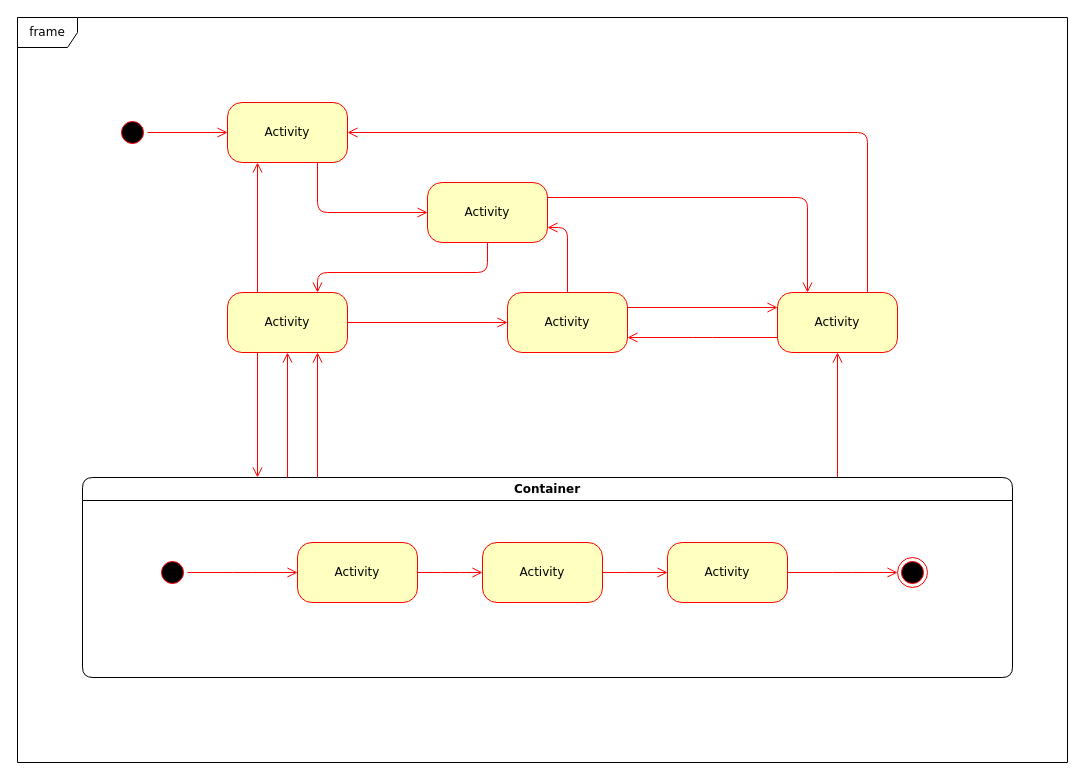
Before: extra_assets/fsm_authentication.drawio in LivingWithHippos/unchained-android, a draw.io diagram. Source tidied: cells renumbered, new cells numbered last; positions are measured from the earlier drawing's top-left corner, leaving out a move shared by most shapes. Both pictures are drawn from the tidied source at 100%, with x=0, y=0 at pixel (17, 17).
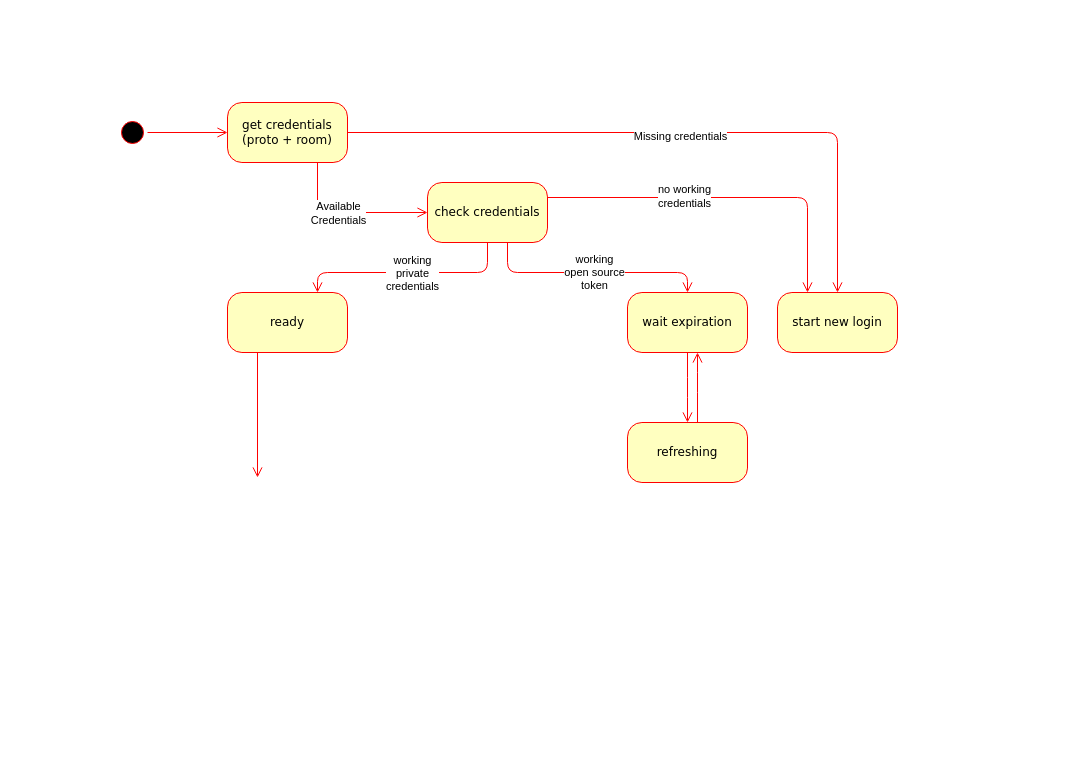
Above is the later version.

Diff of the diagram source:
```diff
@@
-    <mxCell id="3" value="Activity" style="rounded=1;whiteSpace=wrap;html=1;arcSize=24;fillColor=#ffffc0;strokeColor=#ff0000;shadow=0;comic=0;labelBackgroundColor=none;fontFamily=Verdana;fontSize=12;fontColor=#000000;align=center;" parent="1" vertex="1">
+    <mxCell id="3" value="ready" style="rounded=1;whiteSpace=wrap;html=1;arcSize=24;fillColor=#ffffc0;strokeColor=#ff0000;shadow=0;comic=0;labelBackgroundColor=none;fontFamily=Verdana;fontSize=12;fontColor=#000000;align=center;" parent="1" vertex="1">
       <mxGeometry x="210" y="275" width="120" height="60" as="geometry" />
     </mxCell>
-    <mxCell id="4" value="Activity" style="rounded=1;whiteSpace=wrap;html=1;arcSize=24;fillColor=#ffffc0;strokeColor=#ff0000;shadow=0;comic=0;labelBackgroundColor=none;fontFamily=Verdana;fontSize=12;fontColor=#000000;align=center;" parent="1" vertex="1">
+    <mxCell id="4" value="get credentials (proto + room)" style="rounded=1;whiteSpace=wrap;html=1;arcSize=24;fillColor=#ffffc0;strokeColor=#ff0000;shadow=0;comic=0;labelBackgroundColor=none;fontFamily=Verdana;fontSize=12;fontColor=#000000;align=center;" parent="1" vertex="1">
       <mxGeometry x="210" y="85" width="120" height="60" as="geometry" />
     </mxCell>
@@
-    <mxCell id="6" value="Activity" style="rounded=1;whiteSpace=wrap;html=1;arcSize=24;fillColor=#ffffc0;strokeColor=#ff0000;shadow=0;comic=0;labelBackgroundColor=none;fontFamily=Verdana;fontSize=12;fontColor=#000000;align=center;" parent="1" vertex="1">
+    <mxCell id="6" value="check credentials" style="rounded=1;whiteSpace=wrap;html=1;arcSize=24;fillColor=#ffffc0;strokeColor=#ff0000;shadow=0;comic=0;labelBackgroundColor=none;fontFamily=Verdana;fontSize=12;fontColor=#000000;align=center;" parent="1" vertex="1">
       <mxGeometry x="410" y="165" width="120" height="60" as="geometry" />
     </mxCell>
-    <mxCell id="7" style="edgeStyle=orthogonalEdgeStyle;html=1;exitX=0.75;exitY=0;entryX=1;entryY=0.5;labelBackgroundColor=none;endArrow=open;endSize=8;strokeColor=#ff0000;fontFamily=Verdana;fontSize=12;align=left;" parent="1" edge="1" source="9" target="4">
+    <mxCell id="7" style="edgeStyle=orthogonalEdgeStyle;html=1;exitX=1;exitY=0.5;labelBackgroundColor=none;endArrow=open;endSize=8;strokeColor=#ff0000;fontFamily=Verdana;fontSize=12;align=left;exitDx=0;exitDy=0;entryX=0.5;entryY=0;entryDx=0;entryDy=0;" parent="1" edge="1" source="4" target="9">
       <mxGeometry relative="1" as="geometry">
         <Array as="points">
-          <mxPoint x="850" y="115" />
+          <mxPoint x="820" y="115" />
         </Array>
       </mxGeometry>
     </mxCell>
-    <mxCell id="8" style="edgeStyle=elbowEdgeStyle;html=1;exitX=0;exitY=0.75;entryX=1;entryY=0.75;labelBackgroundColor=none;endArrow=open;endSize=8;strokeColor=#ff0000;fontFamily=Verdana;fontSize=12;align=left;" parent="1" edge="1" source="9" target="10">
-      <mxGeometry relative="1" as="geometry" />
-    </mxCell>
+    <mxCell id="33" value="Missing credentials" style="edgeLabel;html=1;align=center;verticalAlign=middle;" parent="7" vertex="1">
+      <mxGeometry x="0.02" y="-3" relative="1" as="geometry" />
+    </mxCell>
-    <mxCell id="9" value="Activity" style="rounded=1;whiteSpace=wrap;html=1;arcSize=24;fillColor=#ffffc0;strokeColor=#ff0000;shadow=0;comic=0;labelBackgroundColor=none;fontFamily=Verdana;fontSize=12;fontColor=#000000;align=center;" parent="1" vertex="1">
+    <mxCell id="9" value="start new login" style="rounded=1;whiteSpace=wrap;html=1;arcSize=24;fillColor=#ffffc0;strokeColor=#ff0000;shadow=0;comic=0;labelBackgroundColor=none;fontFamily=Verdana;fontSize=12;fontColor=#000000;align=center;" parent="1" vertex="1">
       <mxGeometry x="760" y="275" width="120" height="60" as="geometry" />
     </mxCell>
-    <mxCell id="10" value="Activity" style="rounded=1;whiteSpace=wrap;html=1;arcSize=24;fillColor=#ffffc0;strokeColor=#ff0000;shadow=0;comic=0;labelBackgroundColor=none;fontFamily=Verdana;fontSize=12;fontColor=#000000;align=center;" parent="1" vertex="1">
-      <mxGeometry x="490" y="275" width="120" height="60" as="geometry" />
-    </mxCell>
-    <mxCell id="11" style="edgeStyle=elbowEdgeStyle;html=1;labelBackgroundColor=none;endArrow=open;endSize=8;strokeColor=#ff0000;fontFamily=Verdana;fontSize=12;align=left;" parent="1" edge="1" source="12" target="9">
-      <mxGeometry relative="1" as="geometry" />
-    </mxCell>
-    <mxCell id="12" value="Container" style="swimlane;whiteSpace=wrap;html=1;rounded=1;shadow=0;comic=0;labelBackgroundColor=none;strokeWidth=1;fontFamily=Verdana;fontSize=12;align=center;" parent="1" vertex="1">
-      <mxGeometry x="65" y="460" width="930" height="200" as="geometry" />
-    </mxCell>
-    <mxCell id="13" style="edgeStyle=elbowEdgeStyle;html=1;labelBackgroundColor=none;endArrow=open;endSize=8;strokeColor=#ff0000;fontFamily=Verdana;fontSize=12;align=left;" parent="12" edge="1" source="14" target="19">
-      <mxGeometry relative="1" as="geometry" />
-    </mxCell>
-    <mxCell id="14" value="Activity" style="rounded=1;whiteSpace=wrap;html=1;arcSize=24;fillColor=#ffffc0;strokeColor=#ff0000;shadow=0;comic=0;labelBackgroundColor=none;fontFamily=Verdana;fontSize=12;fontColor=#000000;align=center;" parent="12" vertex="1">
-      <mxGeometry x="215" y="65" width="120" height="60" as="geometry" />
-    </mxCell>
-    <mxCell id="15" style="ellipse;html=1;shape=endState;fillColor=#000000;strokeColor=#ff0000;rounded=1;shadow=0;comic=0;labelBackgroundColor=none;fontFamily=Verdana;fontSize=12;fontColor=#000000;align=center;" parent="12" vertex="1">
-      <mxGeometry x="815" y="80" width="30" height="30" as="geometry" />
-    </mxCell>
-    <mxCell id="16" style="edgeStyle=elbowEdgeStyle;html=1;labelBackgroundColor=none;endArrow=open;endSize=8;strokeColor=#ff0000;fontFamily=Verdana;fontSize=12;align=left;" parent="12" edge="1" source="17" target="14">
-      <mxGeometry relative="1" as="geometry" />
-    </mxCell>
-    <mxCell id="17" style="ellipse;html=1;shape=startState;fillColor=#000000;strokeColor=#ff0000;rounded=1;shadow=0;comic=0;labelBackgroundColor=none;fontFamily=Verdana;fontSize=12;fontColor=#000000;align=center;direction=south;" parent="12" vertex="1">
-      <mxGeometry x="75" y="80" width="30" height="30" as="geometry" />
-    </mxCell>
-    <mxCell id="18" style="edgeStyle=elbowEdgeStyle;html=1;labelBackgroundColor=none;endArrow=open;endSize=8;strokeColor=#ff0000;fontFamily=Verdana;fontSize=12;align=left;" parent="12" edge="1" source="19" target="21">
-      <mxGeometry relative="1" as="geometry" />
-    </mxCell>
-    <mxCell id="19" value="Activity" style="rounded=1;whiteSpace=wrap;html=1;arcSize=24;fillColor=#ffffc0;strokeColor=#ff0000;shadow=0;comic=0;labelBackgroundColor=none;fontFamily=Verdana;fontSize=12;fontColor=#000000;align=center;" parent="12" vertex="1">
-      <mxGeometry x="400" y="65" width="120" height="60" as="geometry" />
-    </mxCell>
-    <mxCell id="20" style="edgeStyle=elbowEdgeStyle;html=1;labelBackgroundColor=none;endArrow=open;endSize=8;strokeColor=#ff0000;fontFamily=Verdana;fontSize=12;align=left;" parent="12" edge="1" source="21" target="15">
-      <mxGeometry relative="1" as="geometry" />
-    </mxCell>
-    <mxCell id="21" value="Activity" style="rounded=1;whiteSpace=wrap;html=1;arcSize=24;fillColor=#ffffc0;strokeColor=#ff0000;shadow=0;comic=0;labelBackgroundColor=none;fontFamily=Verdana;fontSize=12;fontColor=#000000;align=center;" parent="12" vertex="1">
-      <mxGeometry x="585" y="65" width="120" height="60" as="geometry" />
-    </mxCell>
-    <mxCell id="22" value="frame" style="shape=umlFrame;whiteSpace=wrap;html=1;rounded=1;shadow=0;comic=0;labelBackgroundColor=none;strokeWidth=1;fontFamily=Verdana;fontSize=12;align=center;" parent="1" vertex="1">
-      <mxGeometry width="1050" height="745" as="geometry" />
-    </mxCell>
@@
-    <mxCell id="26" style="edgeStyle=orthogonalEdgeStyle;html=1;exitX=0.25;exitY=0;entryX=0.25;entryY=1;labelBackgroundColor=none;endArrow=open;endSize=8;strokeColor=#ff0000;fontFamily=Verdana;fontSize=12;align=left;" parent="1" edge="1" source="3" target="4">
-      <mxGeometry relative="1" as="geometry" />
-    </mxCell>
-    <mxCell id="27" style="edgeStyle=orthogonalEdgeStyle;html=1;exitX=1;exitY=0.5;entryX=0;entryY=0.5;labelBackgroundColor=none;endArrow=open;endSize=8;strokeColor=#ff0000;fontFamily=Verdana;fontSize=12;align=left;" parent="1" edge="1" source="3" target="10">
-      <mxGeometry relative="1" as="geometry" />
-    </mxCell>
-    <mxCell id="28" style="edgeStyle=orthogonalEdgeStyle;html=1;exitX=0.5;exitY=0;entryX=1;entryY=0.75;labelBackgroundColor=none;endArrow=open;endSize=8;strokeColor=#ff0000;fontFamily=Verdana;fontSize=12;align=left;" parent="1" edge="1" source="10" target="6">
-      <mxGeometry relative="1" as="geometry" />
-    </mxCell>
-    <mxCell id="29" style="edgeStyle=orthogonalEdgeStyle;html=1;exitX=1;exitY=0.25;entryX=0;entryY=0.25;labelBackgroundColor=none;endArrow=open;endSize=8;strokeColor=#ff0000;fontFamily=Verdana;fontSize=12;align=left;" parent="1" edge="1" source="10" target="9">
-      <mxGeometry relative="1" as="geometry" />
-    </mxCell>
-    <mxCell id="30" style="edgeStyle=elbowEdgeStyle;html=1;labelBackgroundColor=none;endArrow=open;endSize=8;strokeColor=#ff0000;fontFamily=Verdana;fontSize=12;align=left;entryX=0.75;entryY=1;" parent="1" edge="1" source="12" target="3">
-      <mxGeometry relative="1" as="geometry" />
-    </mxCell>
-    <mxCell id="31" style="edgeStyle=elbowEdgeStyle;html=1;labelBackgroundColor=none;endArrow=open;endSize=8;strokeColor=#ff0000;fontFamily=Verdana;fontSize=12;align=left;entryX=0.5;entryY=1;" parent="1" edge="1" source="12" target="3">
-      <mxGeometry relative="1" as="geometry" />
-    </mxCell>
-    <mxCell id="32" style="edgeStyle=elbowEdgeStyle;html=1;labelBackgroundColor=none;endArrow=open;endSize=8;strokeColor=#ff0000;fontFamily=Verdana;fontSize=12;align=left;exitX=0.25;exitY=1;" parent="1" edge="1" source="3" target="12">
-      <mxGeometry relative="1" as="geometry" />
+    <mxCell id="32" style="edgeStyle=elbowEdgeStyle;html=1;labelBackgroundColor=none;endArrow=open;endSize=8;strokeColor=#ff0000;fontFamily=Verdana;fontSize=12;align=left;exitX=0.25;exitY=1;" parent="1" edge="1" source="3">
+      <mxGeometry relative="1" as="geometry">
+        <mxPoint x="240" y="460" as="targetPoint" />
+      </mxGeometry>
     </mxCell>
+    <mxCell id="34" value="Available&lt;br&gt;Credentials" style="edgeLabel;html=1;align=center;verticalAlign=middle;" parent="1" vertex="1">
+      <mxGeometry x="320" y="195" as="geometry" />
+    </mxCell>
+    <mxCell id="35" value="&lt;div&gt;no working&lt;/div&gt;&lt;div&gt; credentials&lt;/div&gt;" style="edgeLabel;html=1;align=center;verticalAlign=middle;" parent="1" vertex="1">
+      <mxGeometry x="680" y="185" as="geometry">
+        <mxPoint x="-14" y="-7" as="offset" />
+      </mxGeometry>
+    </mxCell>
+    <mxCell id="36" value="working&lt;br&gt;private&lt;br&gt;credentials" style="edgeLabel;html=1;align=center;verticalAlign=middle;" parent="1" vertex="1">
+      <mxGeometry x="410" y="255" as="geometry">
+        <mxPoint x="-16" as="offset" />
+      </mxGeometry>
+    </mxCell>
+    <mxCell id="37" value="wait expiration" style="rounded=1;whiteSpace=wrap;html=1;arcSize=24;fillColor=#ffffc0;strokeColor=#ff0000;shadow=0;comic=0;labelBackgroundColor=none;fontFamily=Verdana;fontSize=12;fontColor=#000000;align=center;" parent="1" vertex="1">
+      <mxGeometry x="610" y="275" width="120" height="60" as="geometry" />
+    </mxCell>
+    <mxCell id="38" value="refreshing" style="rounded=1;whiteSpace=wrap;html=1;arcSize=24;fillColor=#ffffc0;strokeColor=#ff0000;shadow=0;comic=0;labelBackgroundColor=none;fontFamily=Verdana;fontSize=12;fontColor=#000000;align=center;" parent="1" vertex="1">
+      <mxGeometry x="610" y="405" width="120" height="60" as="geometry" />
+    </mxCell>
+    <mxCell id="39" style="edgeStyle=elbowEdgeStyle;html=1;labelBackgroundColor=none;endArrow=open;endSize=8;strokeColor=#ff0000;fontFamily=Verdana;fontSize=12;align=left;exitX=0.5;exitY=1;exitDx=0;exitDy=0;entryX=0.5;entryY=0;entryDx=0;entryDy=0;" parent="1" edge="1" source="37" target="38">
+      <mxGeometry relative="1" as="geometry" />
+    </mxCell>
+    <mxCell id="40" style="edgeStyle=elbowEdgeStyle;html=1;labelBackgroundColor=none;endArrow=open;endSize=8;strokeColor=#ff0000;fontFamily=Verdana;fontSize=12;align=left;" parent="1" edge="1">
+      <mxGeometry relative="1" as="geometry">
+        <mxPoint x="680" y="405" as="sourcePoint" />
+        <mxPoint x="680" y="335" as="targetPoint" />
+        <Array as="points">
+          <mxPoint x="680" y="365" />
+          <mxPoint x="690" y="365" />
+        </Array>
+      </mxGeometry>
+    </mxCell>
+    <mxCell id="41" style="edgeStyle=orthogonalEdgeStyle;html=1;entryX=0.5;entryY=0;labelBackgroundColor=none;endArrow=open;endSize=8;strokeColor=#ff0000;fontFamily=Verdana;fontSize=12;align=left;entryDx=0;entryDy=0;" parent="1" edge="1" target="37">
+      <mxGeometry relative="1" as="geometry">
+        <mxPoint x="490" y="225" as="sourcePoint" />
+        <Array as="points">
+          <mxPoint x="490" y="255" />
+          <mxPoint x="670" y="255" />
+        </Array>
+      </mxGeometry>
+    </mxCell>
+    <mxCell id="42" value="working &lt;br&gt;&lt;div&gt;open source&lt;/div&gt;&lt;div&gt;token&lt;br&gt;&lt;/div&gt;" style="edgeLabel;html=1;align=center;verticalAlign=middle;" parent="1" vertex="1">
+      <mxGeometry x="580" y="305" as="geometry">
+        <mxPoint x="-4" y="-51" as="offset" />
+      </mxGeometry>
+    </mxCell>
```
